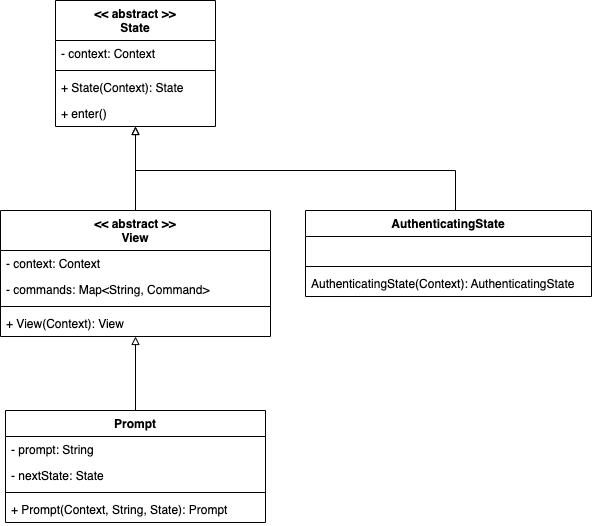
The draw.io diagram diagrams/class.png in ArthurAtangana/club-management-system, before a commit. Source tidied: cells renumbered, new cells last; positions are measured from the earlier drawing's top-left corner, leaving out a move shared by most shapes.
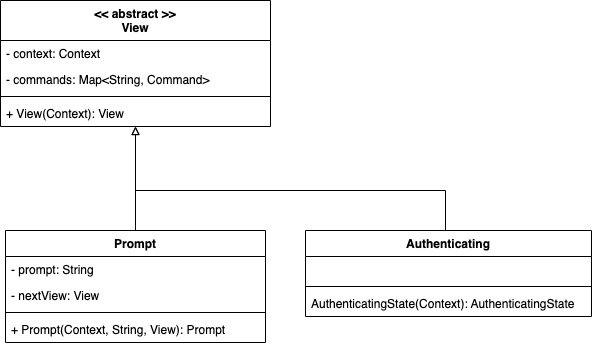
The same file after the commit.

Commit message:
docs: fix class diagram to have all system states extend from View

Diff of the diagram source:
```diff
@@ -2,11 +2,8 @@
   <root>
     <mxCell id="0" />
     <mxCell id="1" parent="0" />
-    <mxCell id="2" style="edgeStyle=orthogonalEdgeStyle;rounded=0;jettySize=auto;html=1;endArrow=block;endFill=0;" parent="1" edge="1" source="3" target="14">
-      <mxGeometry relative="1" as="geometry" />
-    </mxCell>
     <mxCell id="3" value="&lt;&lt; abstract &gt;&gt;&#10;View" style="swimlane;fontStyle=1;align=center;verticalAlign=top;horizontal=1;startSize=40;" parent="1" vertex="1">
-      <mxGeometry y="210" width="270" height="126" as="geometry" />
+      <mxGeometry y="180" width="270" height="126" as="geometry" />
     </mxCell>
     <mxCell id="4" value="- context: Context" style="text;strokeColor=none;fillColor=none;align=left;verticalAlign=top;spacingLeft=4;spacingRight=4;overflow=hidden;" parent="3" vertex="1">
       <mxGeometry y="40" width="270" height="26" as="geometry" />
@@ -29,40 +26,25 @@
     <mxCell id="10" value="- prompt: String" style="text;strokeColor=none;fillColor=none;align=left;verticalAlign=top;spacingLeft=4;spacingRight=4;overflow=hidden;" parent="9" vertex="1">
       <mxGeometry y="26" width="260" height="26" as="geometry" />
     </mxCell>
-    <mxCell id="11" value="- nextState: State" style="text;strokeColor=none;fillColor=none;align=left;verticalAlign=top;spacingLeft=4;spacingRight=4;overflow=hidden;" parent="9" vertex="1">
+    <mxCell id="11" value="- nextView: View" style="text;strokeColor=none;fillColor=none;align=left;verticalAlign=top;spacingLeft=4;spacingRight=4;overflow=hidden;" parent="9" vertex="1">
       <mxGeometry y="52" width="260" height="26" as="geometry" />
     </mxCell>
     <mxCell id="12" style="line;strokeWidth=1;fillColor=none;align=left;verticalAlign=middle;spacingTop=-1;spacingLeft=3;spacingRight=3;labelPosition=right;strokeColor=inherit;" parent="9" vertex="1">
       <mxGeometry y="78" width="260" height="8" as="geometry" />
     </mxCell>
-    <mxCell id="13" value="+ Prompt(Context, String, State): Prompt" style="text;strokeColor=none;fillColor=none;align=left;verticalAlign=top;spacingLeft=4;spacingRight=4;overflow=hidden;" parent="9" vertex="1">
+    <mxCell id="13" value="+ Prompt(Context, String, View): Prompt" style="text;strokeColor=none;fillColor=none;align=left;verticalAlign=top;spacingLeft=4;spacingRight=4;overflow=hidden;" parent="9" vertex="1">
       <mxGeometry y="86" width="260" height="26" as="geometry" />
     </mxCell>
-    <mxCell id="14" value="&lt;&lt; abstract &gt;&gt;&#10;State" style="swimlane;fontStyle=1;align=center;verticalAlign=top;horizontal=1;startSize=40;" parent="1" vertex="1">
-      <mxGeometry x="55" width="160" height="126" as="geometry" />
-    </mxCell>
-    <mxCell id="15" value="- context: Context" style="text;strokeColor=none;fillColor=none;align=left;verticalAlign=top;spacingLeft=4;spacingRight=4;overflow=hidden;" parent="14" vertex="1">
-      <mxGeometry y="40" width="160" height="26" as="geometry" />
-    </mxCell>
-    <mxCell id="16" style="line;strokeWidth=1;fillColor=none;align=left;verticalAlign=middle;spacingTop=-1;spacingLeft=3;spacingRight=3;labelPosition=right;strokeColor=inherit;" parent="14" vertex="1">
-      <mxGeometry y="66" width="160" height="8" as="geometry" />
-    </mxCell>
-    <mxCell id="17" value="+ State(Context): State" style="text;strokeColor=none;fillColor=none;align=left;verticalAlign=top;spacingLeft=4;spacingRight=4;overflow=hidden;" parent="14" vertex="1">
-      <mxGeometry y="74" width="160" height="26" as="geometry" />
-    </mxCell>
-    <mxCell id="18" value="+ enter()" style="text;strokeColor=none;fillColor=none;align=left;verticalAlign=top;spacingLeft=4;spacingRight=4;overflow=hidden;" parent="14" vertex="1">
-      <mxGeometry y="100" width="160" height="26" as="geometry" />
-    </mxCell>
-    <mxCell id="19" style="edgeStyle=orthogonalEdgeStyle;rounded=0;jettySize=auto;html=1;endArrow=block;endFill=0;" parent="1" edge="1" source="20" target="14">
-      <mxGeometry relative="1" as="geometry">
-        <Array as="points">
-          <mxPoint x="455" y="170" />
-          <mxPoint x="135" y="170" />
-        </Array>
-      </mxGeometry>
-    </mxCell>
+    <mxCell id="24" style="edgeStyle=orthogonalEdgeStyle;rounded=0;jettySize=auto;html=1;endArrow=block;endFill=0;" parent="1" edge="1" source="20" target="3">
+      <mxGeometry relative="1" as="geometry">
+        <Array as="points">
+          <mxPoint x="445" y="370" />
+          <mxPoint x="135" y="370" />
+        </Array>
+      </mxGeometry>
+    </mxCell>
-    <mxCell id="20" value="AuthenticatingState" style="swimlane;fontStyle=1;align=center;verticalAlign=top;horizontal=1;startSize=26;" parent="1" vertex="1">
-      <mxGeometry x="305" y="210" width="286" height="86" as="geometry" />
+    <mxCell id="20" value="Authenticating" style="swimlane;fontStyle=1;align=center;verticalAlign=top;horizontal=1;startSize=26;" parent="1" vertex="1">
+      <mxGeometry x="305" y="410" width="286" height="86" as="geometry" />
     </mxCell>
     <mxCell id="21" value="   " style="text;strokeColor=none;fillColor=none;align=left;verticalAlign=top;spacingLeft=4;spacingRight=4;overflow=hidden;" parent="20" vertex="1">
       <mxGeometry y="26" width="286" height="26" as="geometry" />
```
